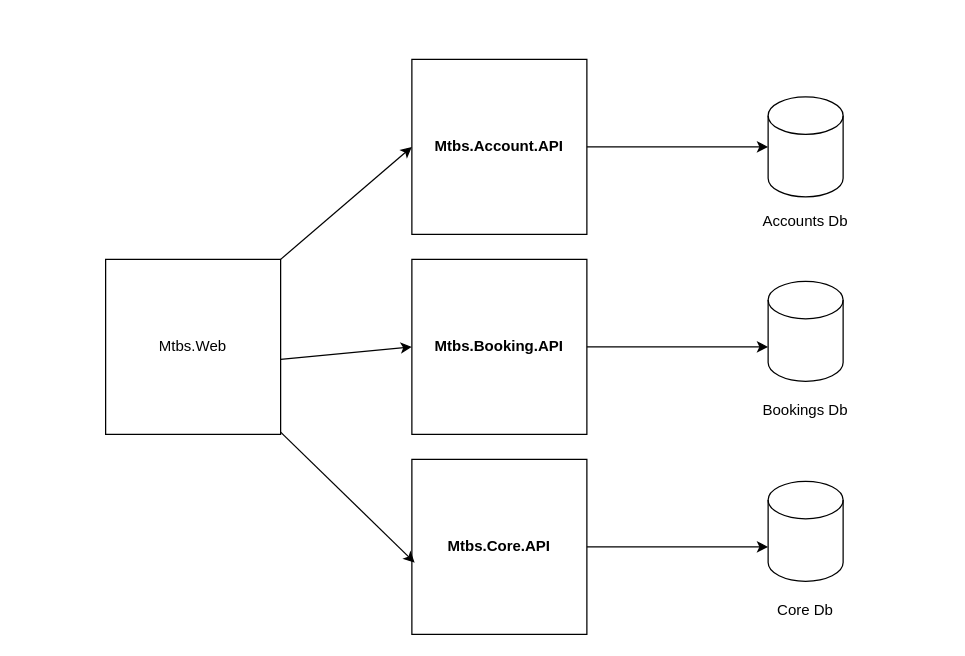
Above: Architecture/Components.drawio in commander/MovieTicketBookingSystem (draw.io), before the change. Source tidied: cells renumbered, new cells numbered last; positions are measured from the earlier drawing's top-left corner, leaving out a move shared by most shapes. Both pictures are drawn from the tidied source at 125%, with x=0, y=0 at pixel (105, 59).
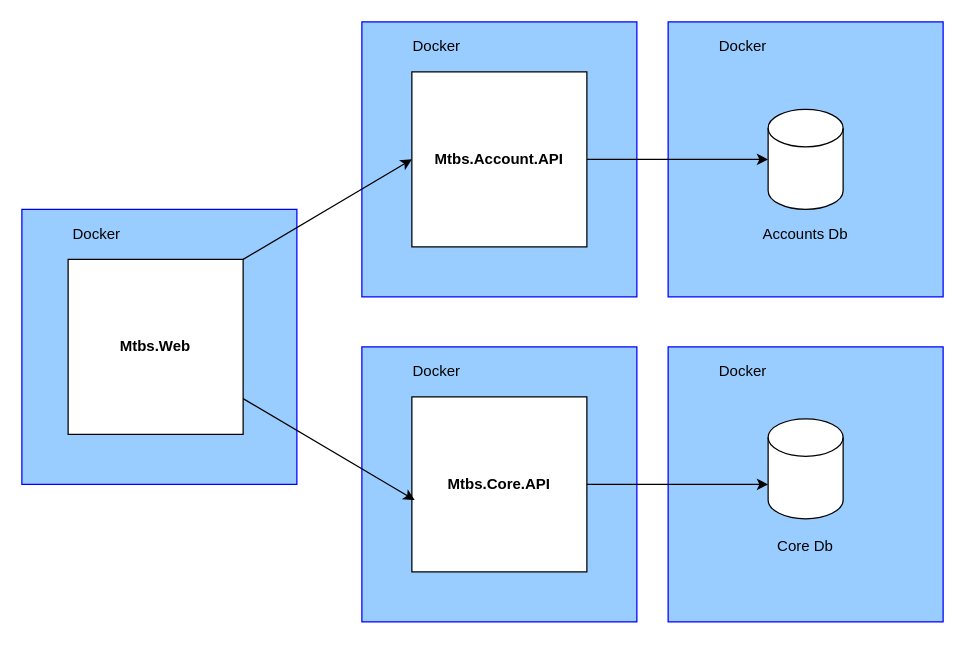
After the change.

Commit message (it also covers changes not shown here):
Updated architecture diagram

What changed in the source:
```diff
@@
+    <mxCell id="18" style="group;" parent="1" vertex="1">
+      <mxGeometry x="205" y="-30" width="220" height="220" as="geometry" />
+    </mxCell>
+    <mxCell id="19" style="whiteSpace=wrap;html=1;strokeColor=#0000FF;fillColor=#99CCFF;" parent="18" vertex="1">
+      <mxGeometry width="220" height="220" as="geometry" />
+    </mxCell>
+    <mxCell id="20" value="Docker" style="text;html=1;strokeColor=none;fillColor=none;align=center;verticalAlign=middle;whiteSpace=wrap;rounded=0;" parent="18" vertex="1">
+      <mxGeometry x="15" y="10" width="90" height="20" as="geometry" />
+    </mxCell>
     <mxCell id="2" value="&lt;b&gt;Mtbs.Account.API&lt;/b&gt;" style="whiteSpace=wrap;html=1;" parent="1" vertex="1">
-      <mxGeometry x="245" width="140" height="140" as="geometry" />
+      <mxGeometry x="245" y="10" width="140" height="140" as="geometry" />
     </mxCell>
-    <mxCell id="3" value="&lt;b&gt;Mtbs.Booking.API&lt;/b&gt;" style="whiteSpace=wrap;html=1;" parent="1" vertex="1">
-      <mxGeometry x="245" y="160" width="140" height="140" as="geometry" />
-    </mxCell>
+    <mxCell id="21" style="group;" parent="1" vertex="1">
+      <mxGeometry x="450" y="-30" width="220" height="220" as="geometry" />
+    </mxCell>
+    <mxCell id="22" style="whiteSpace=wrap;html=1;strokeColor=#0000FF;fillColor=#99CCFF;" parent="21" vertex="1">
+      <mxGeometry width="220" height="220" as="geometry" />
+    </mxCell>
+    <mxCell id="23" value="Docker" style="text;html=1;strokeColor=none;fillColor=none;align=center;verticalAlign=middle;whiteSpace=wrap;rounded=0;" parent="21" vertex="1">
+      <mxGeometry x="15" y="10" width="90" height="20" as="geometry" />
+    </mxCell>
+    <mxCell id="24" style="group;" parent="1" vertex="1">
+      <mxGeometry x="515" y="40" width="90" height="110" as="geometry" />
+    </mxCell>
-    <mxCell id="4" style="shape=cylinder3;whiteSpace=wrap;html=1;boundedLbl=1;backgroundOutline=1;size=15;" parent="1" vertex="1">
-      <mxGeometry x="530" y="30" width="60" height="80" as="geometry" />
+    <mxCell id="4" style="shape=cylinder3;whiteSpace=wrap;html=1;boundedLbl=1;backgroundOutline=1;size=15;" parent="24" vertex="1">
+      <mxGeometry x="15" width="60" height="80" as="geometry" />
     </mxCell>
-    <mxCell id="5" value="Accounts Db" style="text;html=1;strokeColor=none;fillColor=none;align=center;verticalAlign=middle;whiteSpace=wrap;rounded=0;" parent="1" vertex="1">
-      <mxGeometry x="515" y="120" width="90" height="20" as="geometry" />
+    <mxCell id="5" value="Accounts Db" style="text;html=1;strokeColor=none;fillColor=none;align=center;verticalAlign=middle;whiteSpace=wrap;rounded=0;" parent="24" vertex="1">
+      <mxGeometry y="90" width="90" height="20" as="geometry" />
     </mxCell>
     <mxCell id="6" style="endArrow=classic;html=1;exitX=1;exitY=0.5;exitDx=0;exitDy=0;entryX=0;entryY=0.5;entryDx=0;entryDy=0;entryPerimeter=0;" parent="1" edge="1" source="2" target="4">
-      <mxGeometry relative="1" as="geometry" />
+      <mxGeometry x="305" y="50" as="geometry" />
     </mxCell>
-    <mxCell id="7" style="shape=cylinder3;whiteSpace=wrap;html=1;boundedLbl=1;backgroundOutline=1;size=15;" parent="1" vertex="1">
-      <mxGeometry x="530" y="177.5" width="60" height="80" as="geometry" />
-    </mxCell>
-    <mxCell id="8" value="Bookings Db" style="text;html=1;strokeColor=none;fillColor=none;align=center;verticalAlign=middle;whiteSpace=wrap;rounded=0;" parent="1" vertex="1">
-      <mxGeometry x="515" y="270.5" width="90" height="20" as="geometry" />
-    </mxCell>
-    <mxCell id="9" style="endArrow=classic;html=1;exitX=1;exitY=0.5;exitDx=0;exitDy=0;entryX=0;entryY=0;entryDx=0;entryDy=52.5;entryPerimeter=0;" parent="1" edge="1" source="3" target="7">
-      <mxGeometry relative="1" as="geometry" />
-    </mxCell>
+    <mxCell id="25" style="group;" parent="1" vertex="1">
+      <mxGeometry x="205" y="230" width="220" height="220" as="geometry" />
+    </mxCell>
+    <mxCell id="26" style="whiteSpace=wrap;html=1;strokeColor=#0000FF;fillColor=#99CCFF;" parent="25" vertex="1">
+      <mxGeometry width="220" height="220" as="geometry" />
+    </mxCell>
+    <mxCell id="27" value="Docker" style="text;html=1;strokeColor=none;fillColor=none;align=center;verticalAlign=middle;whiteSpace=wrap;rounded=0;" parent="25" vertex="1">
+      <mxGeometry x="15" y="10" width="90" height="20" as="geometry" />
+    </mxCell>
     <mxCell id="10" value="&lt;b&gt;Mtbs.Core.API&lt;/b&gt;" style="whiteSpace=wrap;html=1;" parent="1" vertex="1">
-      <mxGeometry x="245" y="320" width="140" height="140" as="geometry" />
+      <mxGeometry x="245" y="270" width="140" height="140" as="geometry" />
     </mxCell>
+    <mxCell id="28" style="group;" parent="1" vertex="1">
+      <mxGeometry x="450" y="230" width="220" height="220" as="geometry" />
+    </mxCell>
+    <mxCell id="29" style="whiteSpace=wrap;html=1;strokeColor=#0000FF;fillColor=#99CCFF;" parent="28" vertex="1">
+      <mxGeometry width="220" height="220" as="geometry" />
+    </mxCell>
+    <mxCell id="30" value="Docker" style="text;html=1;strokeColor=none;fillColor=none;align=center;verticalAlign=middle;whiteSpace=wrap;rounded=0;" parent="28" vertex="1">
+      <mxGeometry x="15" y="10" width="90" height="20" as="geometry" />
+    </mxCell>
+    <mxCell id="31" style="group;" parent="1" vertex="1">
+      <mxGeometry x="515" y="287.5" width="90" height="112.5" as="geometry" />
+    </mxCell>
-    <mxCell id="11" style="shape=cylinder3;whiteSpace=wrap;html=1;boundedLbl=1;backgroundOutline=1;size=15;" parent="1" vertex="1">
-      <mxGeometry x="530" y="337.5" width="60" height="80" as="geometry" />
+    <mxCell id="11" style="shape=cylinder3;whiteSpace=wrap;html=1;boundedLbl=1;backgroundOutline=1;size=15;" parent="31" vertex="1">
+      <mxGeometry x="15" width="60" height="80" as="geometry" />
     </mxCell>
-    <mxCell id="12" value="Core Db" style="text;html=1;strokeColor=none;fillColor=none;align=center;verticalAlign=middle;whiteSpace=wrap;rounded=0;" parent="1" vertex="1">
-      <mxGeometry x="515" y="430.5" width="90" height="20" as="geometry" />
+    <mxCell id="12" value="Core Db" style="text;html=1;strokeColor=none;fillColor=none;align=center;verticalAlign=middle;whiteSpace=wrap;rounded=0;" parent="31" vertex="1">
+      <mxGeometry y="92.5" width="90" height="20" as="geometry" />
     </mxCell>
     <mxCell id="13" style="endArrow=classic;html=1;exitX=1;exitY=0.5;exitDx=0;exitDy=0;entryX=0;entryY=0;entryDx=0;entryDy=52.5;entryPerimeter=0;" parent="1" edge="1" source="10" target="11">
-      <mxGeometry relative="1" as="geometry" />
+      <mxGeometry x="305" y="310" as="geometry" />
     </mxCell>
+    <mxCell id="32" style="group;" parent="1" vertex="1">
+      <mxGeometry x="-67" y="120" width="220" height="220" as="geometry" />
+    </mxCell>
+    <mxCell id="33" style="whiteSpace=wrap;html=1;strokeColor=#0000FF;fillColor=#99CCFF;" parent="32" vertex="1">
+      <mxGeometry width="220" height="220" as="geometry" />
+    </mxCell>
+    <mxCell id="34" value="Docker" style="text;html=1;strokeColor=none;fillColor=none;align=center;verticalAlign=middle;whiteSpace=wrap;rounded=0;" parent="32" vertex="1">
+      <mxGeometry x="15" y="10" width="90" height="20" as="geometry" />
+    </mxCell>
-    <mxCell id="14" value="Mtbs.Web" style="whiteSpace=wrap;html=1;" parent="1" vertex="1">
-      <mxGeometry y="160" width="140" height="140" as="geometry" />
+    <mxCell id="14" value="&lt;b&gt;Mtbs.Web&lt;/b&gt;" style="whiteSpace=wrap;html=1;" parent="1" vertex="1">
+      <mxGeometry x="-30" y="160" width="140" height="140" as="geometry" />
     </mxCell>
@@
-    <mxCell id="16" style="endArrow=classic;html=1;entryX=0;entryY=0.5;entryDx=0;entryDy=0;" parent="1" edge="1" target="3">
-      <mxGeometry relative="1" as="geometry">
-        <mxPoint x="140" y="240" as="sourcePoint" />
-      </mxGeometry>
-    </mxCell>
```
